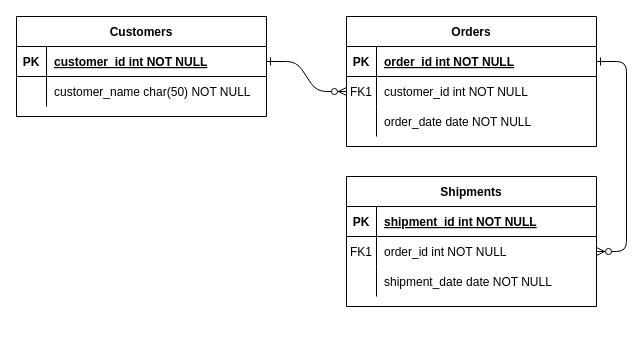
J4mbo9/fc-project-board keeps this draw.io diagram as document/제목 없는 다이어그램.drawio. Above is the earlier version. Source tidied: cells renumbered, new cells numbered last; positions are measured from the earlier drawing's top-left corner, leaving out a move shared by most shapes. Both pictures are drawn from the tidied source at 100%, with x=0, y=0 at pixel (16, 16).
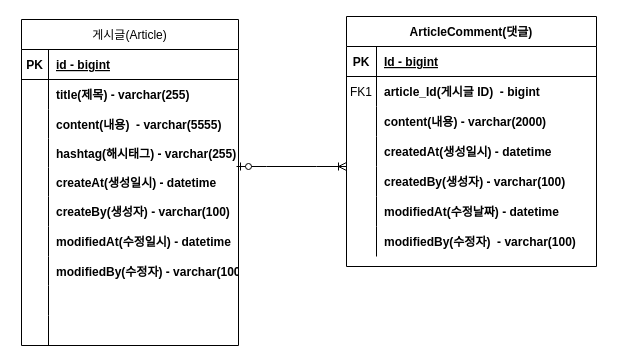
The same page after the edit.

Unchanged cells that the change refers to:
```xml
<mxCell id="5" style="shape=partialRectangle;fillColor=none;points=[[0,0.5],[1,0.5]];portConstraint=eastwest;top=0;left=0;right=0;bottom=1;" parent="4" vertex="1">
  <mxGeometry y="30" width="250" height="30" as="geometry" />
</mxCell>
<mxCell id="8" style="shape=partialRectangle;fillColor=none;points=[[0,0.5],[1,0.5]];portConstraint=eastwest;top=0;left=0;right=0;bottom=0;" parent="4" vertex="1">
  <mxGeometry y="60" width="250" height="30" as="geometry" />
</mxCell>
<mxCell id="11" style="shape=partialRectangle;fillColor=none;top=0;left=0;right=0;bottom=0;" parent="4" vertex="1">
  <mxGeometry y="90" width="250" height="30" as="geometry" />
</mxCell>
```

Change to the diagram source:
```diff
@@
-    <mxCell id="2" style="edgeStyle=entityRelationEdgeStyle;endArrow=ERzeroToMany;startArrow=ERone;endFill=1;startFill=0;" parent="1" edge="1" source="25" target="8">
-      <mxGeometry relative="1" as="geometry" />
-    </mxCell>
-    <mxCell id="3" style="edgeStyle=entityRelationEdgeStyle;endArrow=ERzeroToMany;startArrow=ERone;endFill=1;startFill=0;" parent="1" edge="1" source="5" target="18">
-      <mxGeometry relative="1" as="geometry" />
-    </mxCell>
-    <mxCell id="4" value="Orders" style="shape=table;startSize=30;childLayout=tableLayout;rowLines=0;fontStyle=1;align=center;" parent="1" vertex="1">
-      <mxGeometry x="330" width="250" height="130" as="geometry" />
+    <mxCell id="4" value="ArticleComment(댓글)" style="shape=table;startSize=30;childLayout=tableLayout;rowLines=0;fontStyle=1;align=center;" parent="1" vertex="1">
+      <mxGeometry x="330" width="250" height="250" as="geometry" />
     </mxCell>
@@
-    <mxCell id="7" value="order_id int NOT NULL " style="shape=partialRectangle;overflow=hidden;fillColor=none;top=0;left=0;bottom=0;right=0;align=left;spacingLeft=6;fontStyle=5;" parent="5" vertex="1">
+    <mxCell id="7" value="Id - bigint" style="shape=partialRectangle;overflow=hidden;fillColor=none;top=0;left=0;bottom=0;right=0;align=left;spacingLeft=6;fontStyle=5;" parent="5" vertex="1">
       <mxGeometry x="30" width="220" height="30" as="geometry" />
     </mxCell>
@@
-    <mxCell id="10" value="customer_id int NOT NULL" style="shape=partialRectangle;overflow=hidden;fillColor=none;top=0;left=0;bottom=0;right=0;align=left;spacingLeft=6;" parent="8" vertex="1">
+    <mxCell id="10" value="article_Id(게시글 ID)  - bigint" style="shape=partialRectangle;overflow=hidden;fillColor=none;top=0;left=0;bottom=0;right=0;align=left;spacingLeft=6;fontStyle=1;" parent="8" vertex="1">
       <mxGeometry x="30" width="220" height="30" as="geometry" />
     </mxCell>
@@
-    <mxCell id="13" value="order_date date NOT NULL" style="shape=partialRectangle;overflow=hidden;fillColor=none;top=0;left=0;bottom=0;right=0;align=left;spacingLeft=6;" parent="11" vertex="1">
+    <mxCell id="13" value="content(내용) - varchar(2000)" style="shape=partialRectangle;overflow=hidden;fillColor=none;top=0;left=0;bottom=0;right=0;align=left;spacingLeft=6;fontStyle=1;" parent="11" vertex="1">
       <mxGeometry x="30" width="220" height="30" as="geometry" />
     </mxCell>
-    <mxCell id="14" value="Shipments" style="shape=table;startSize=30;childLayout=tableLayout;rowLines=0;fontStyle=1;align=center;" parent="1" vertex="1">
-      <mxGeometry x="330" y="160" width="250" height="130" as="geometry" />
-    </mxCell>
-    <mxCell id="15" style="shape=partialRectangle;fillColor=none;top=0;left=0;right=0;bottom=1;" parent="14" vertex="1">
-      <mxGeometry y="30" width="250" height="30" as="geometry" />
-    </mxCell>
-    <mxCell id="16" value="PK" style="shape=partialRectangle;overflow=hidden;fillColor=none;top=0;left=0;bottom=0;right=0;fontStyle=1;" parent="15" vertex="1">
-      <mxGeometry width="30" height="30" as="geometry" />
-    </mxCell>
-    <mxCell id="17" value="shipment_id int NOT NULL " style="shape=partialRectangle;overflow=hidden;fillColor=none;top=0;left=0;bottom=0;right=0;align=left;spacingLeft=6;fontStyle=5;" parent="15" vertex="1">
-      <mxGeometry x="30" width="220" height="30" as="geometry" />
-    </mxCell>
-    <mxCell id="18" style="shape=partialRectangle;fillColor=none;points=[[0,0.5],[1,0.5]];portConstraint=eastwest;top=0;left=0;right=0;bottom=0;" parent="14" vertex="1">
-      <mxGeometry y="60" width="250" height="30" as="geometry" />
-    </mxCell>
-    <mxCell id="19" value="FK1" style="shape=partialRectangle;overflow=hidden;fillColor=none;top=0;left=0;bottom=0;right=0;" parent="18" vertex="1">
-      <mxGeometry width="30" height="30" as="geometry" />
-    </mxCell>
-    <mxCell id="20" value="order_id int NOT NULL" style="shape=partialRectangle;overflow=hidden;fillColor=none;top=0;left=0;bottom=0;right=0;align=left;spacingLeft=6;" parent="18" vertex="1">
-      <mxGeometry x="30" width="220" height="30" as="geometry" />
-    </mxCell>
-    <mxCell id="21" style="shape=partialRectangle;fillColor=none;top=0;left=0;right=0;bottom=0;" parent="14" vertex="1">
-      <mxGeometry y="90" width="250" height="30" as="geometry" />
-    </mxCell>
+    <mxCell id="31" style="shape=partialRectangle;fillColor=none;top=0;left=0;right=0;bottom=0;" parent="4" vertex="1">
+      <mxGeometry y="120" width="250" height="30" as="geometry" />
+    </mxCell>
-    <mxCell id="22" style="shape=partialRectangle;overflow=hidden;fillColor=none;top=0;left=0;bottom=0;right=0;" parent="21" vertex="1">
+    <mxCell id="22" style="shape=partialRectangle;overflow=hidden;fillColor=none;top=0;left=0;bottom=0;right=0;" parent="31" vertex="1">
       <mxGeometry width="30" height="30" as="geometry" />
     </mxCell>
-    <mxCell id="23" value="shipment_date date NOT NULL" style="shape=partialRectangle;overflow=hidden;fillColor=none;top=0;left=0;bottom=0;right=0;align=left;spacingLeft=6;" parent="21" vertex="1">
-      <mxGeometry x="30" width="220" height="30" as="geometry" />
-    </mxCell>
+    <mxCell id="32" value="createdAt(생성일시) - datetime" style="shape=partialRectangle;overflow=hidden;fillColor=none;top=0;left=0;bottom=0;right=0;align=left;spacingLeft=6;fontStyle=1;" parent="31" vertex="1">
+      <mxGeometry x="30" width="220" height="30" as="geometry" />
+    </mxCell>
+    <mxCell id="33" style="shape=partialRectangle;fillColor=none;top=0;left=0;right=0;bottom=0;" parent="4" vertex="1">
+      <mxGeometry y="150" width="250" height="30" as="geometry" />
+    </mxCell>
+    <mxCell id="34" value="                " style="shape=partialRectangle;overflow=hidden;fillColor=none;top=0;left=0;bottom=0;right=0;" parent="33" vertex="1">
+      <mxGeometry width="30" height="30" as="geometry" />
+    </mxCell>
+    <mxCell id="35" value="createdBy(생성자) - varchar(100)" style="shape=partialRectangle;overflow=hidden;fillColor=none;top=0;left=0;bottom=0;right=0;align=left;spacingLeft=6;fontStyle=1;" parent="33" vertex="1">
+      <mxGeometry x="30" width="220" height="30" as="geometry" />
+    </mxCell>
+    <mxCell id="36" style="shape=partialRectangle;fillColor=none;top=0;left=0;right=0;bottom=0;" parent="4" vertex="1">
+      <mxGeometry y="180" width="250" height="30" as="geometry" />
+    </mxCell>
+    <mxCell id="37" value="                " style="shape=partialRectangle;overflow=hidden;fillColor=none;top=0;left=0;bottom=0;right=0;" parent="36" vertex="1">
+      <mxGeometry width="30" height="30" as="geometry" />
+    </mxCell>
+    <mxCell id="38" value="modifiedAt(수정날짜) - datetime" style="shape=partialRectangle;overflow=hidden;fillColor=none;top=0;left=0;bottom=0;right=0;align=left;spacingLeft=6;fontStyle=1;" parent="36" vertex="1">
+      <mxGeometry x="30" width="220" height="30" as="geometry" />
+    </mxCell>
+    <mxCell id="39" style="shape=partialRectangle;fillColor=none;top=0;left=0;right=0;bottom=0;" parent="4" vertex="1">
+      <mxGeometry y="210" width="250" height="30" as="geometry" />
+    </mxCell>
+    <mxCell id="40" value="                " style="shape=partialRectangle;overflow=hidden;fillColor=none;top=0;left=0;bottom=0;right=0;" parent="39" vertex="1">
+      <mxGeometry width="30" height="30" as="geometry" />
+    </mxCell>
+    <mxCell id="41" value="modifiedBy(수정자)  - varchar(100)" style="shape=partialRectangle;overflow=hidden;fillColor=none;top=0;left=0;bottom=0;right=0;align=left;spacingLeft=6;fontStyle=1;" parent="39" vertex="1">
+      <mxGeometry x="30" width="220" height="30" as="geometry" />
+    </mxCell>
-    <mxCell id="24" value="Customers" style="shape=table;startSize=30;childLayout=tableLayout;rowLines=0;fontStyle=1;align=center;" parent="1" vertex="1">
-      <mxGeometry width="250" height="100" as="geometry" />
+    <mxCell id="24" value="게시글(Article)" style="shape=table;startSize=30;childLayout=tableLayout;rowLines=0;fontStyle=0;align=center;" parent="1" vertex="1">
+      <mxGeometry x="5" y="3" width="217" height="326" as="geometry" />
     </mxCell>
     <mxCell id="25" style="shape=partialRectangle;fillColor=none;points=[[0,0.5],[1,0.5]];portConstraint=eastwest;top=0;left=0;right=0;bottom=1;" parent="24" vertex="1">
-      <mxGeometry y="30" width="250" height="30" as="geometry" />
+      <mxGeometry y="30" width="217" height="30" as="geometry" />
     </mxCell>
     <mxCell id="26" value="PK" style="shape=partialRectangle;overflow=hidden;fillColor=none;top=0;left=0;bottom=0;right=0;fontStyle=1;" parent="25" vertex="1">
-      <mxGeometry width="30" height="30" as="geometry" />
+      <mxGeometry width="27" height="30" as="geometry" />
     </mxCell>
-    <mxCell id="27" value="customer_id int NOT NULL " style="shape=partialRectangle;overflow=hidden;fillColor=none;top=0;left=0;bottom=0;right=0;align=left;spacingLeft=6;fontStyle=5;" parent="25" vertex="1">
-      <mxGeometry x="30" width="220" height="30" as="geometry" />
+    <mxCell id="27" value="id - bigint" style="shape=partialRectangle;overflow=hidden;fillColor=none;top=0;left=0;bottom=0;right=0;align=left;spacingLeft=6;fontStyle=5;" parent="25" vertex="1">
+      <mxGeometry x="27" width="190" height="30" as="geometry" />
     </mxCell>
     <mxCell id="28" style="shape=partialRectangle;fillColor=none;top=0;left=0;right=0;bottom=0;" parent="24" vertex="1">
-      <mxGeometry y="60" width="250" height="30" as="geometry" />
+      <mxGeometry y="60" width="217" height="30" as="geometry" />
     </mxCell>
     <mxCell id="29" style="shape=partialRectangle;overflow=hidden;fillColor=none;top=0;left=0;bottom=0;right=0;" parent="28" vertex="1">
-      <mxGeometry width="30" height="30" as="geometry" />
+      <mxGeometry width="27" height="30" as="geometry" />
     </mxCell>
-    <mxCell id="30" value="customer_name char(50) NOT NULL" style="shape=partialRectangle;overflow=hidden;fillColor=none;top=0;left=0;bottom=0;right=0;align=left;spacingLeft=6;" parent="28" vertex="1">
-      <mxGeometry x="30" width="220" height="30" as="geometry" />
+    <mxCell id="30" value="title(제목) - varchar(255)" style="shape=partialRectangle;overflow=hidden;fillColor=none;top=0;left=0;bottom=0;right=0;align=left;spacingLeft=6;fontStyle=1;" parent="28" vertex="1">
+      <mxGeometry x="27" width="190" height="30" as="geometry" />
     </mxCell>
+    <mxCell id="42" style="shape=partialRectangle;fillColor=none;top=0;left=0;right=0;bottom=0;" parent="24" vertex="1">
+      <mxGeometry y="90" width="217" height="29" as="geometry" />
+    </mxCell>
+    <mxCell id="43" style="shape=partialRectangle;overflow=hidden;fillColor=none;top=0;left=0;bottom=0;right=0;" parent="42" vertex="1">
+      <mxGeometry width="27" height="29" as="geometry" />
+    </mxCell>
+    <mxCell id="44" value="content(내용)  - varchar(5555)" style="shape=partialRectangle;overflow=hidden;fillColor=none;top=0;left=0;bottom=0;right=0;align=left;spacingLeft=6;fontStyle=1;" parent="42" vertex="1">
+      <mxGeometry x="27" width="190" height="29" as="geometry" />
+    </mxCell>
+    <mxCell id="45" style="shape=partialRectangle;fillColor=none;top=0;left=0;right=0;bottom=0;fontStyle=0;fontSize=11;" parent="24" vertex="1">
+      <mxGeometry y="119" width="217" height="29" as="geometry" />
+    </mxCell>
+    <mxCell id="46" style="shape=partialRectangle;overflow=hidden;fillColor=none;top=0;left=0;bottom=0;right=0;" parent="45" vertex="1">
+      <mxGeometry width="27" height="29" as="geometry" />
+    </mxCell>
+    <mxCell id="47" value="hashtag(해시태그) - varchar(255)" style="shape=partialRectangle;overflow=hidden;fillColor=none;top=0;left=0;bottom=0;right=0;align=left;spacingLeft=6;fontStyle=1;" parent="45" vertex="1">
+      <mxGeometry x="27" width="190" height="29" as="geometry" />
+    </mxCell>
+    <mxCell id="48" style="shape=partialRectangle;fillColor=none;top=0;left=0;right=0;bottom=0;" parent="24" vertex="1">
+      <mxGeometry y="148" width="217" height="29" as="geometry" />
+    </mxCell>
+    <mxCell id="49" style="shape=partialRectangle;overflow=hidden;fillColor=none;top=0;left=0;bottom=0;right=0;" parent="48" vertex="1">
+      <mxGeometry width="27" height="29" as="geometry" />
+    </mxCell>
+    <mxCell id="50" value="createAt(생성일시) - datetime" style="shape=partialRectangle;overflow=hidden;fillColor=none;top=0;left=0;bottom=0;right=0;align=left;spacingLeft=6;fontStyle=1;" parent="48" vertex="1">
+      <mxGeometry x="27" width="190" height="29" as="geometry" />
+    </mxCell>
+    <mxCell id="51" style="shape=partialRectangle;fillColor=none;top=0;left=0;right=0;bottom=0;" parent="24" vertex="1">
+      <mxGeometry y="177" width="217" height="30" as="geometry" />
+    </mxCell>
+    <mxCell id="52" value="    " style="shape=partialRectangle;overflow=hidden;fillColor=none;top=0;left=0;bottom=0;right=0;" parent="51" vertex="1">
+      <mxGeometry width="27" height="30" as="geometry" />
+    </mxCell>
+    <mxCell id="53" value="createBy(생성자) - varchar(100)" style="shape=partialRectangle;overflow=hidden;fillColor=none;top=0;left=0;bottom=0;right=0;align=left;spacingLeft=6;fontStyle=1;" parent="51" vertex="1">
+      <mxGeometry x="27" width="190" height="30" as="geometry" />
+    </mxCell>
+    <mxCell id="54" style="shape=partialRectangle;fillColor=none;top=0;left=0;right=0;bottom=0;" parent="24" vertex="1">
+      <mxGeometry y="207" width="217" height="30" as="geometry" />
+    </mxCell>
+    <mxCell id="55" style="shape=partialRectangle;overflow=hidden;fillColor=none;top=0;left=0;bottom=0;right=0;" parent="54" vertex="1">
+      <mxGeometry width="27" height="30" as="geometry" />
+    </mxCell>
+    <mxCell id="56" value="modifiedAt(수정일시) - datetime" style="shape=partialRectangle;overflow=hidden;fillColor=none;top=0;left=0;bottom=0;right=0;align=left;spacingLeft=6;fontStyle=1;" parent="54" vertex="1">
+      <mxGeometry x="27" width="190" height="30" as="geometry" />
+    </mxCell>
+    <mxCell id="57" style="shape=partialRectangle;fillColor=none;top=0;left=0;right=0;bottom=0;" parent="24" vertex="1">
+      <mxGeometry y="237" width="217" height="29" as="geometry" />
+    </mxCell>
+    <mxCell id="58" style="shape=partialRectangle;overflow=hidden;fillColor=none;top=0;left=0;bottom=0;right=0;" parent="57" vertex="1">
+      <mxGeometry width="27" height="29" as="geometry" />
+    </mxCell>
+    <mxCell id="59" value="modifiedBy(수정자) - varchar(100)" style="shape=partialRectangle;overflow=hidden;fillColor=none;top=0;left=0;bottom=0;right=0;align=left;spacingLeft=6;fontStyle=1;" parent="57" vertex="1">
+      <mxGeometry x="27" width="190" height="29" as="geometry" />
+    </mxCell>
+    <mxCell id="60" style="shape=partialRectangle;fillColor=none;top=0;left=0;right=0;bottom=0;" parent="24" vertex="1">
+      <mxGeometry y="266" width="217" height="30" as="geometry" />
+    </mxCell>
+    <mxCell id="61" style="shape=partialRectangle;overflow=hidden;fillColor=none;top=0;left=0;bottom=0;right=0;" parent="60" vertex="1">
+      <mxGeometry width="27" height="30" as="geometry" />
+    </mxCell>
+    <mxCell id="62" style="shape=partialRectangle;overflow=hidden;fillColor=none;top=0;left=0;bottom=0;right=0;align=left;spacingLeft=6;" parent="60" vertex="1">
+      <mxGeometry x="27" width="190" height="30" as="geometry" />
+    </mxCell>
+    <mxCell id="63" style="shape=partialRectangle;fillColor=none;top=0;left=0;right=0;bottom=0;" parent="24" vertex="1">
+      <mxGeometry y="296" width="217" height="30" as="geometry" />
+    </mxCell>
+    <mxCell id="64" style="shape=partialRectangle;overflow=hidden;fillColor=none;top=0;left=0;bottom=0;right=0;" parent="63" vertex="1">
+      <mxGeometry width="27" height="30" as="geometry" />
+    </mxCell>
+    <mxCell id="65" style="shape=partialRectangle;overflow=hidden;fillColor=none;top=0;left=0;bottom=0;right=0;align=left;spacingLeft=6;" parent="63" vertex="1">
+      <mxGeometry x="27" width="190" height="30" as="geometry" />
+    </mxCell>
+    <mxCell id="66" style="edgeStyle=entityRelationEdgeStyle;fontSize=12;html=1;endArrow=ERoneToMany;startArrow=ERzeroToOne;rounded=0;" parent="1" edge="1">
+      <mxGeometry relative="1" as="geometry">
+        <mxPoint x="220" y="150" as="sourcePoint" />
+        <mxPoint x="330" y="150" as="targetPoint" />
+      </mxGeometry>
+    </mxCell>
```
